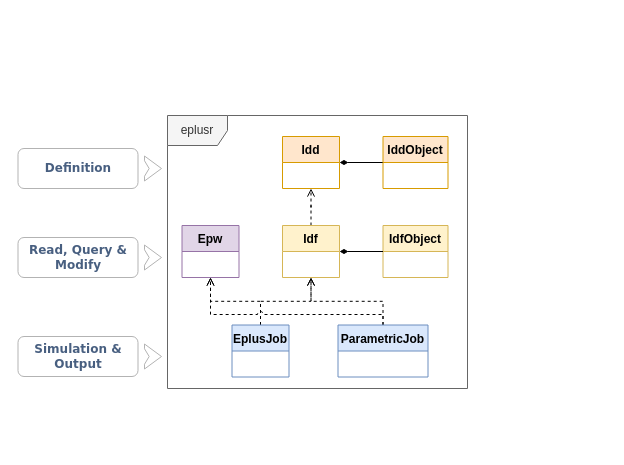
The draw.io diagram page "ClassStructure" (2 of 10) of figures/draw.drawio in ideas-lab-nus/eplusr-paper, before the edit. Source tidied: cells renumbered, new cells numbered last; positions are measured from the earlier drawing's top-left corner, leaving out a move shared by most shapes. Both pictures are drawn from the tidied source at 100%, with x=0, y=0 at pixel (18, 115).
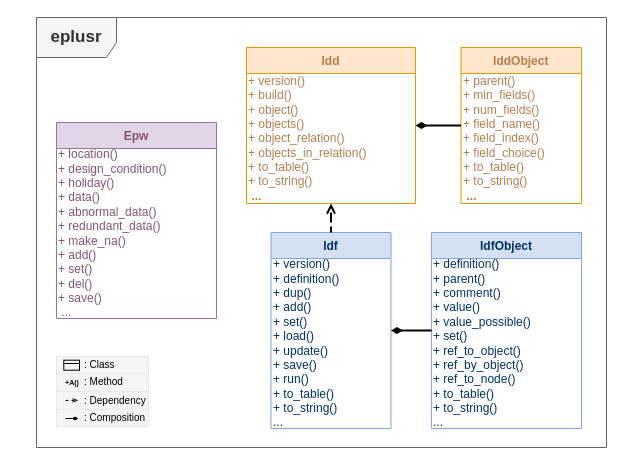
The same diagram, later.

What changed in the source:
```diff
@@
+    <mxCell id="9" value="Epw" style="swimlane;fontStyle=1;align=center;verticalAlign=top;horizontal=1;startSize=26;fillColor=#e1d5e7;strokeColor=#9673a6;fontColor=#855473;fontFamily=Fira Code;" parent="1" vertex="1">
+      <mxGeometry x="38" y="7" width="160" height="196" as="geometry" />
+    </mxCell>
+    <mxCell id="23" value="&lt;font color=&quot;#855473&quot; face=&quot;Fira Code&quot;&gt;+ location()&lt;br&gt;+ design_condition()&lt;br&gt;+ holiday()&lt;br&gt;+ data()&lt;br&gt;+ abnormal_data()&lt;br&gt;+ redundant_data()&lt;br&gt;+ make_na()&lt;br&gt;+ add()&lt;br&gt;+ set()&lt;br&gt;+ del()&lt;br&gt;+ save()&lt;br&gt;&amp;nbsp;...&lt;/font&gt;" style="text;html=1;align=left;verticalAlign=middle;" parent="9" vertex="1">
+      <mxGeometry y="26" width="160" height="170" as="geometry" />
+    </mxCell>
-    <mxCell id="2" value="eplusr" style="shape=umlFrame;whiteSpace=wrap;html=1;fillColor=#f5f5f5;strokeColor=#666666;fontColor=#333333;" parent="1" vertex="1">
-      <mxGeometry x="149" width="300" height="273" as="geometry" />
+    <mxCell id="2" value="&lt;b&gt;&lt;font style=&quot;font-size: 17px&quot; face=&quot;Fira Sans Condensed&quot;&gt;eplusr&lt;/font&gt;&lt;/b&gt;" style="shape=umlFrame;whiteSpace=wrap;html=1;fillColor=#f5f5f5;strokeColor=#666666;fontColor=#333333;width=80;height=40;strokeWidth=1;" parent="1" vertex="1">
+      <mxGeometry x="18" y="-98" width="570" height="430" as="geometry" />
     </mxCell>
+    <mxCell id="8" value="IdfObject" style="swimlane;fontStyle=1;align=center;verticalAlign=top;horizontal=1;startSize=26;fillColor=#D4E1F5;strokeColor=#7EA6E0;fontFamily=Fira Code;fontColor=#003366;" parent="1" vertex="1">
+      <mxGeometry x="413" y="117" width="150" height="196" as="geometry" />
+    </mxCell>
+    <mxCell id="24" value="&lt;font face=&quot;Fira Code&quot; color=&quot;#003366&quot;&gt;+ definition()&lt;br&gt;+ parent()&lt;br&gt;+ comment()&lt;br&gt;+ value()&lt;br&gt;+ value_possible()&lt;br&gt;+ set()&lt;br&gt;+ ref_to_object()&lt;br&gt;+ ref_by_object()&lt;br&gt;+ ref_to_node()&lt;br&gt;+ to_table()&lt;br&gt;+ to_string()&lt;br&gt;...&lt;/font&gt;" style="text;html=1;align=left;verticalAlign=middle;fontFamily=Fira Sans Condensed;" parent="8" vertex="1">
+      <mxGeometry y="26" width="150" height="170" as="geometry" />
+    </mxCell>
+    <mxCell id="7" value="Idf" style="swimlane;fontStyle=1;align=center;verticalAlign=top;horizontal=1;startSize=26;fillColor=#D4E1F5;strokeColor=#7EA6E0;fontColor=#003366;fontFamily=Fira Code;FType=g;" parent="1" vertex="1">
+      <mxGeometry x="252.5" y="117" width="120" height="196" as="geometry" />
+    </mxCell>
+    <mxCell id="25" value="&lt;span&gt;&lt;font face=&quot;Fira Code&quot; color=&quot;#003366&quot;&gt;+ version()&lt;br&gt;+ definition()&lt;br&gt;+ dup()&lt;br&gt;+ add()&lt;br&gt;+ set()&lt;br&gt;+ load()&lt;br&gt;+ update()&lt;br&gt;+ save()&lt;br&gt;+ run()&lt;br&gt;+ to_table()&lt;br&gt;+ to_string()&lt;br&gt;...&lt;/font&gt;&lt;br&gt;&lt;/span&gt;" style="text;html=1;align=left;verticalAlign=middle;fontFamily=Fira Sans Condensed;" parent="7" vertex="1">
+      <mxGeometry y="26" width="120" height="170" as="geometry" />
+    </mxCell>
-    <mxCell id="3" value="Idd" style="swimlane;fontStyle=1;align=center;verticalAlign=top;horizontal=1;startSize=26;fillColor=#ffe6cc;strokeColor=#d79b00;" parent="1" vertex="1">
-      <mxGeometry x="264" y="21" width="57" height="52" as="geometry" />
+    <mxCell id="3" value="Idd" style="swimlane;fontStyle=1;align=center;verticalAlign=top;horizontal=1;startSize=26;fillColor=#ffe6cc;strokeColor=#d79b00;fontColor=#B37F4E;fontFamily=Fira Code;" parent="1" vertex="1">
+      <mxGeometry x="228" y="-68" width="169" height="156" as="geometry" />
     </mxCell>
+    <mxCell id="26" value="+ version()&lt;br&gt;+ build()&lt;br&gt;+ object()&lt;br&gt;+ objects()&lt;br&gt;+ object_relation()&lt;br&gt;+ objects_in_relation()&lt;br&gt;+ to_table()&lt;br&gt;+ to_string()&lt;br&gt;&amp;nbsp;&lt;b&gt;...&lt;/b&gt;" style="text;html=1;align=left;verticalAlign=middle;fontFamily=Fira Code;fontColor=#B37F4E;" parent="3" vertex="1">
+      <mxGeometry y="26" width="169" height="130" as="geometry" />
+    </mxCell>
+    <mxCell id="5" value="IddObject" style="swimlane;fontStyle=1;align=center;verticalAlign=top;horizontal=1;startSize=26;fillColor=#ffe6cc;strokeColor=#d79b00;fontColor=#B37F4E;fontFamily=Fira Code;" parent="1" vertex="1">
+      <mxGeometry x="442.5" y="-68" width="120.5" height="156" as="geometry" />
+    </mxCell>
+    <mxCell id="27" value="+ parent()&lt;br&gt;+ min_fields()&lt;br&gt;+ num_fields()&lt;br&gt;+ field_name()&lt;br&gt;+ field_index()&lt;br&gt;+ field_choice()&lt;br&gt;+ to_table()&lt;br&gt;+ to_string()&lt;br&gt;&amp;nbsp;&lt;b&gt;...&lt;/b&gt;" style="text;html=1;align=left;verticalAlign=middle;fontFamily=Fira Code;fontColor=#B37F4E;" parent="5" vertex="1">
+      <mxGeometry y="26" width="120.5" height="130" as="geometry" />
+    </mxCell>
-    <mxCell id="4" style="edgeStyle=orthogonalEdgeStyle;rounded=0;jettySize=auto;html=1;endArrow=diamondThin;endFill=1;" parent="1" edge="1" source="5" target="3">
+    <mxCell id="4" style="edgeStyle=orthogonalEdgeStyle;rounded=0;jettySize=auto;html=1;endArrow=diamondThin;endFill=1;strokeWidth=2;" parent="1" edge="1" source="5" target="3">
       <mxGeometry relative="1" as="geometry" />
     </mxCell>
-    <mxCell id="5" value="IddObject" style="swimlane;fontStyle=1;align=center;verticalAlign=top;horizontal=1;startSize=26;fillColor=#ffe6cc;strokeColor=#d79b00;" parent="1" vertex="1">
-      <mxGeometry x="364.5" y="21" width="65" height="52" as="geometry" />
-    </mxCell>
-    <mxCell id="6" style="edgeStyle=orthogonalEdgeStyle;rounded=0;jettySize=auto;html=1;dashed=1;endArrow=open;endFill=0;" parent="1" edge="1" source="7" target="3">
+    <mxCell id="6" style="edgeStyle=orthogonalEdgeStyle;rounded=0;jettySize=auto;html=1;dashed=1;endArrow=open;endFill=0;strokeWidth=2;" parent="1" edge="1" source="7" target="3">
       <mxGeometry relative="1" as="geometry" />
     </mxCell>
-    <mxCell id="7" value="Idf" style="swimlane;fontStyle=1;align=center;verticalAlign=top;horizontal=1;startSize=26;fillColor=#fff2cc;strokeColor=#d6b656;" parent="1" vertex="1">
-      <mxGeometry x="264" y="110" width="57" height="52" as="geometry" />
-    </mxCell>
-    <mxCell id="8" value="IdfObject" style="swimlane;fontStyle=1;align=center;verticalAlign=top;horizontal=1;startSize=26;fillColor=#fff2cc;strokeColor=#d6b656;" parent="1" vertex="1">
-      <mxGeometry x="364.5" y="110" width="65" height="52" as="geometry" />
-    </mxCell>
-    <mxCell id="9" value="Epw" style="swimlane;fontStyle=1;align=center;verticalAlign=top;horizontal=1;startSize=26;fillColor=#e1d5e7;strokeColor=#9673a6;" parent="1" vertex="1">
-      <mxGeometry x="163.5" y="110" width="57" height="52" as="geometry" />
-    </mxCell>
-    <mxCell id="10" style="edgeStyle=orthogonalEdgeStyle;rounded=0;jettySize=auto;html=1;endArrow=open;endFill=0;dashed=1;" parent="1" edge="1" source="12" target="9">
-      <mxGeometry relative="1" as="geometry" />
-    </mxCell>
-    <mxCell id="11" style="edgeStyle=orthogonalEdgeStyle;rounded=0;jettySize=auto;html=1;dashed=1;endArrow=open;endFill=0;jumpStyle=arc;" parent="1" edge="1" source="12" target="7">
-      <mxGeometry relative="1" as="geometry" />
-    </mxCell>
-    <mxCell id="12" value="EplusJob" style="swimlane;fontStyle=1;align=center;verticalAlign=top;horizontal=1;startSize=26;swimlaneFillColor=none;fillColor=#dae8fc;strokeColor=#6c8ebf;" parent="1" vertex="1">
-      <mxGeometry x="213.5" y="209.5" width="57" height="52" as="geometry" />
-    </mxCell>
-    <mxCell id="13" style="edgeStyle=orthogonalEdgeStyle;rounded=0;jumpStyle=arc;jettySize=auto;html=1;dashed=1;endArrow=open;endFill=0;" parent="1" edge="1" source="15" target="9">
-      <mxGeometry relative="1" as="geometry">
-        <Array as="points">
-          <mxPoint x="365" y="199" />
-          <mxPoint x="192" y="199" />
-        </Array>
-      </mxGeometry>
-    </mxCell>
-    <mxCell id="14" style="edgeStyle=orthogonalEdgeStyle;rounded=0;jumpStyle=arc;jettySize=auto;html=1;dashed=1;endArrow=open;endFill=0;" parent="1" edge="1" source="15" target="7">
-      <mxGeometry relative="1" as="geometry" />
-    </mxCell>
-    <mxCell id="15" value="ParametricJob" style="swimlane;fontStyle=1;align=center;verticalAlign=top;horizontal=1;startSize=26;fillColor=#dae8fc;strokeColor=#6c8ebf;" parent="1" vertex="1">
-      <mxGeometry x="319.5" y="209.5" width="90" height="52" as="geometry" />
-    </mxCell>
-    <mxCell id="16" style="edgeStyle=orthogonalEdgeStyle;rounded=0;jettySize=auto;html=1;endArrow=diamondThin;endFill=1;exitX=0;exitY=0.5;exitDx=0;exitDy=0;" parent="1" edge="1" source="8" target="7">
+    <mxCell id="16" style="edgeStyle=orthogonalEdgeStyle;rounded=0;jettySize=auto;html=1;endArrow=diamondThin;endFill=1;exitX=0;exitY=0.5;exitDx=0;exitDy=0;strokeWidth=2;" parent="1" edge="1" source="8" target="7">
       <mxGeometry relative="1" as="geometry" />
     </mxCell>
-    <mxCell id="17" value="&lt;font face=&quot;Verdana&quot; color=&quot;#485f80&quot;&gt;&lt;b&gt;Definition&lt;/b&gt;&lt;/font&gt;" style="rounded=1;whiteSpace=wrap;html=1;fontFamily=Helvetica;fontSize=12;fontColor=#000000;align=center;strokeColor=#B3B3B3;fillColor=#FFFFFF;" parent="1" vertex="1">
-      <mxGeometry x="-0.5" y="33" width="120" height="40" as="geometry" />
-    </mxCell>
-    <mxCell id="18" value="&lt;font face=&quot;Verdana&quot; color=&quot;#485f80&quot;&gt;&lt;b&gt;Read, Query &amp;amp; Modify&lt;/b&gt;&lt;/font&gt;" style="rounded=1;whiteSpace=wrap;html=1;fontFamily=Helvetica;fontSize=12;fontColor=#000000;align=center;strokeColor=#B3B3B3;fillColor=#FFFFFF;" parent="1" vertex="1">
-      <mxGeometry x="-0.5" y="122" width="120" height="40" as="geometry" />
-    </mxCell>
-    <mxCell id="19" value="&lt;font face=&quot;Verdana&quot; color=&quot;#485f80&quot;&gt;&lt;b&gt;Simulation &amp;amp; Output&lt;/b&gt;&lt;/font&gt;" style="rounded=1;whiteSpace=wrap;html=1;fontFamily=Helvetica;fontSize=12;fontColor=#000000;align=center;strokeColor=#B3B3B3;fillColor=#FFFFFF;" parent="1" vertex="1">
-      <mxGeometry x="-0.5" y="221" width="120" height="40" as="geometry" />
-    </mxCell>
-    <mxCell id="20" style="verticalLabelPosition=bottom;verticalAlign=middle;html=1;shape=mxgraph.arrows2.arrow;dy=0.38;dx=52.59;notch=4.66;fillColor=#FFFFFF;rounded=1;strokeColor=#B3B3B3;" parent="1" vertex="1">
-      <mxGeometry x="126" y="40.5" width="17" height="25" as="geometry" />
-    </mxCell>
-    <mxCell id="21" style="verticalLabelPosition=bottom;verticalAlign=middle;html=1;shape=mxgraph.arrows2.arrow;dy=0.38;dx=52.59;notch=4.66;fillColor=#FFFFFF;rounded=1;strokeColor=#B3B3B3;" parent="1" vertex="1">
-      <mxGeometry x="126" y="129.5" width="17" height="25" as="geometry" />
-    </mxCell>
-    <mxCell id="22" style="verticalLabelPosition=bottom;verticalAlign=middle;html=1;shape=mxgraph.arrows2.arrow;dy=0.38;dx=52.59;notch=4.66;fillColor=#FFFFFF;rounded=1;strokeColor=#B3B3B3;" parent="1" vertex="1">
-      <mxGeometry x="126" y="228.5" width="17" height="25" as="geometry" />
-    </mxCell>
+    <mxCell id="28" style="group;" parent="1" vertex="1">
+      <mxGeometry x="38" y="237" width="92" height="74.3" as="geometry" />
+    </mxCell>
+    <mxCell id="29" style="rounded=0;whiteSpace=wrap;html=1;fontFamily=Fira Sans Condensed;fontSize=11;align=left;strokeColor=#E8E8E8;fillColor=#f5f5f5;fontColor=#333333;" parent="28" vertex="1">
+      <mxGeometry y="4" width="92" height="70" as="geometry" />
+    </mxCell>
+    <mxCell id="30" style="text;align=center;verticalAlign=middle;spacingLeft=4;spacingRight=4;overflow=hidden;fontFamily=Courier New;fontStyle=1;fontSize=10;strokeColor=#000000;" parent="28" vertex="1">
+      <mxGeometry x="7.3" y="7.7" width="15.7" height="10" as="geometry" />
+    </mxCell>
+    <mxCell id="31" value=": Method" style="text;strokeColor=none;fillColor=none;align=left;verticalAlign=middle;spacingLeft=0;spacingRight=0;overflow=hidden;fontFamily=Fira Sans Condensed;fontStyle=0;fontSize=10;labelBackgroundColor=none;spacing=0;" parent="28" vertex="1">
+      <mxGeometry x="28" y="17.7" width="54" height="23.3" as="geometry" />
+    </mxCell>
+    <mxCell id="32" value=": Composition" style="text;strokeColor=none;fillColor=none;align=left;verticalAlign=middle;spacingLeft=0;spacingRight=0;overflow=hidden;fontFamily=Fira Sans Condensed;fontStyle=0;fontSize=10;labelBackgroundColor=none;spacing=2;" parent="28" vertex="1">
+      <mxGeometry x="26" y="55.7" width="66" height="18.7" as="geometry" />
+    </mxCell>
+    <mxCell id="33" value=": Class" style="text;strokeColor=none;fillColor=none;align=left;verticalAlign=middle;spacingLeft=0;spacingRight=0;overflow=hidden;fontFamily=Fira Sans Condensed;fontStyle=0;fontSize=10;labelBackgroundColor=none;spacing=0;" parent="28" vertex="1">
+      <mxGeometry x="28" width="54" height="23.3" as="geometry" />
+    </mxCell>
+    <mxCell id="34" style="endArrow=none;html=1;fontFamily=Fira Sans Condensed;fontSize=9;entryX=1;entryY=0.25;entryDx=0;entryDy=0;exitX=0;exitY=0.25;exitDx=0;exitDy=0;opacity=5;" parent="28" edge="1" source="29" target="29">
+      <mxGeometry relative="1" as="geometry" />
+    </mxCell>
+    <mxCell id="35" style="endArrow=none;html=1;fontFamily=Fira Sans Condensed;fontSize=9;entryX=1;entryY=0.5;entryDx=0;entryDy=0;exitX=0;exitY=0.5;exitDx=0;exitDy=0;opacity=5;" parent="28" edge="1" source="29" target="29">
+      <mxGeometry relative="1" as="geometry" />
+    </mxCell>
+    <mxCell id="36" style="endArrow=none;html=1;fontFamily=Fira Sans Condensed;fontSize=9;entryX=1;entryY=0.75;entryDx=0;entryDy=0;exitX=0.01;exitY=0.758;exitDx=0;exitDy=0;opacity=5;exitPerimeter=0;" parent="28" edge="1" source="29" target="29">
+      <mxGeometry relative="1" as="geometry" />
+    </mxCell>
+    <mxCell id="37" value="+A()" style="text;strokeColor=none;fillColor=none;align=center;verticalAlign=middle;spacingLeft=0;spacingRight=0;overflow=hidden;fontFamily=Fira Code;fontStyle=1;fontSize=7;labelBackgroundColor=none;fontColor=#000000;labelPosition=center;verticalLabelPosition=middle;spacing=0;" parent="28" vertex="1">
+      <mxGeometry x="6" y="25.3" width="20" height="10" as="geometry" />
+    </mxCell>
+    <mxCell id="38" value=": Dependency" style="text;strokeColor=none;fillColor=none;align=left;verticalAlign=middle;spacingLeft=0;spacingRight=0;overflow=hidden;fontFamily=Fira Sans Condensed;fontStyle=0;fontSize=10;labelBackgroundColor=none;spacing=0;" parent="28" vertex="1">
+      <mxGeometry x="28" y="36.3" width="64" height="23.3" as="geometry" />
+    </mxCell>
+    <mxCell id="39" style="endArrow=diamondThin;html=1;strokeWidth=1;fontFamily=Helvetica;fontSize=11;fontColor=#000000;rounded=0;endFill=1;endSize=4;" parent="28" edge="1">
+      <mxGeometry relative="1" as="geometry">
+        <mxPoint x="9" y="66" as="sourcePoint" />
+        <mxPoint x="22" y="66" as="targetPoint" />
+      </mxGeometry>
+    </mxCell>
+    <mxCell id="40" style="endArrow=openThin;html=1;strokeWidth=1;fontFamily=Helvetica;fontSize=11;fontColor=#000000;rounded=0;endFill=0;dashed=1;endSize=4;" parent="28" edge="1">
+      <mxGeometry relative="1" as="geometry">
+        <mxPoint x="9" y="47.9" as="sourcePoint" />
+        <mxPoint x="22" y="47.9" as="targetPoint" />
+      </mxGeometry>
+    </mxCell>
+    <mxCell id="41" style="endArrow=none;html=1;" parent="28" edge="1">
+      <mxGeometry relative="1" as="geometry">
+        <mxPoint x="7" y="11" as="sourcePoint" />
+        <mxPoint x="23" y="11" as="targetPoint" />
+      </mxGeometry>
+    </mxCell>
```
